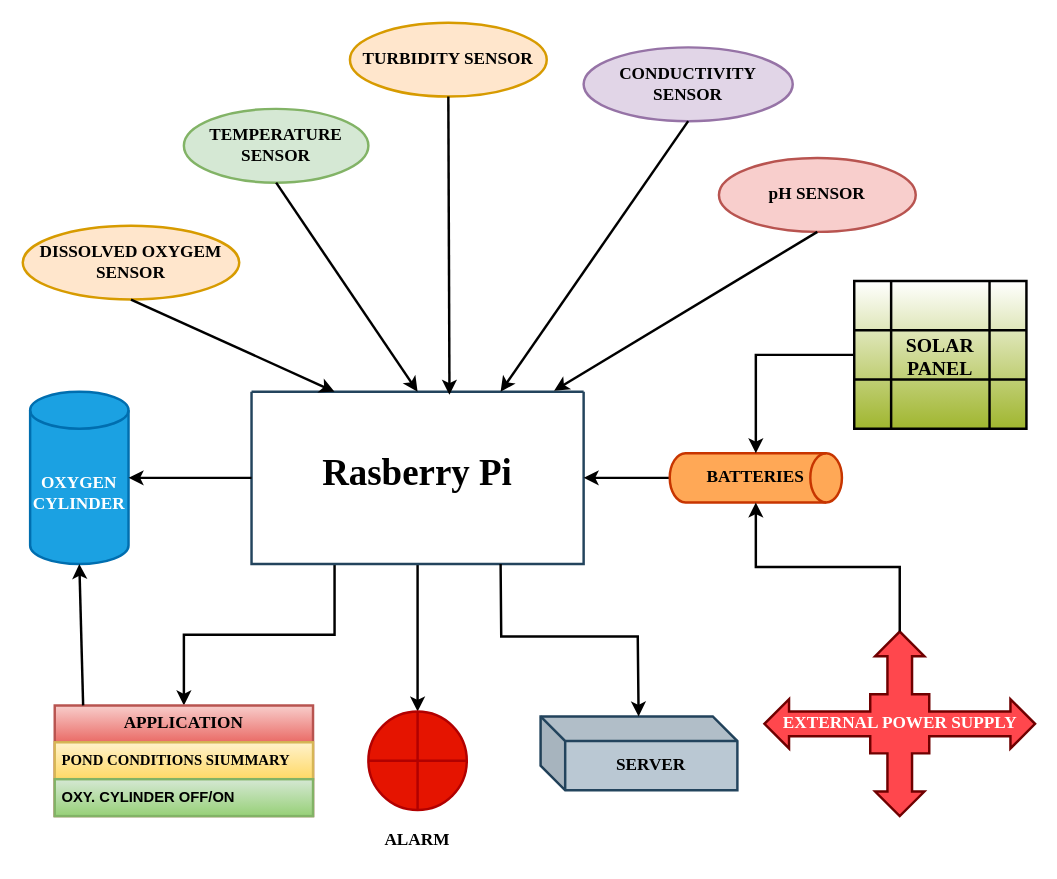
The draw.io diagram prasad_msme.drawio in ChanumoluGayathri/System_Design, before the edit. Source tidied: cells renumbered, new cells numbered last; positions are measured from the earlier drawing's top-left corner, leaving out a move shared by most shapes. Both pictures are drawn from the tidied source at 123%, with x=0, y=0 at pixel (22, 22).
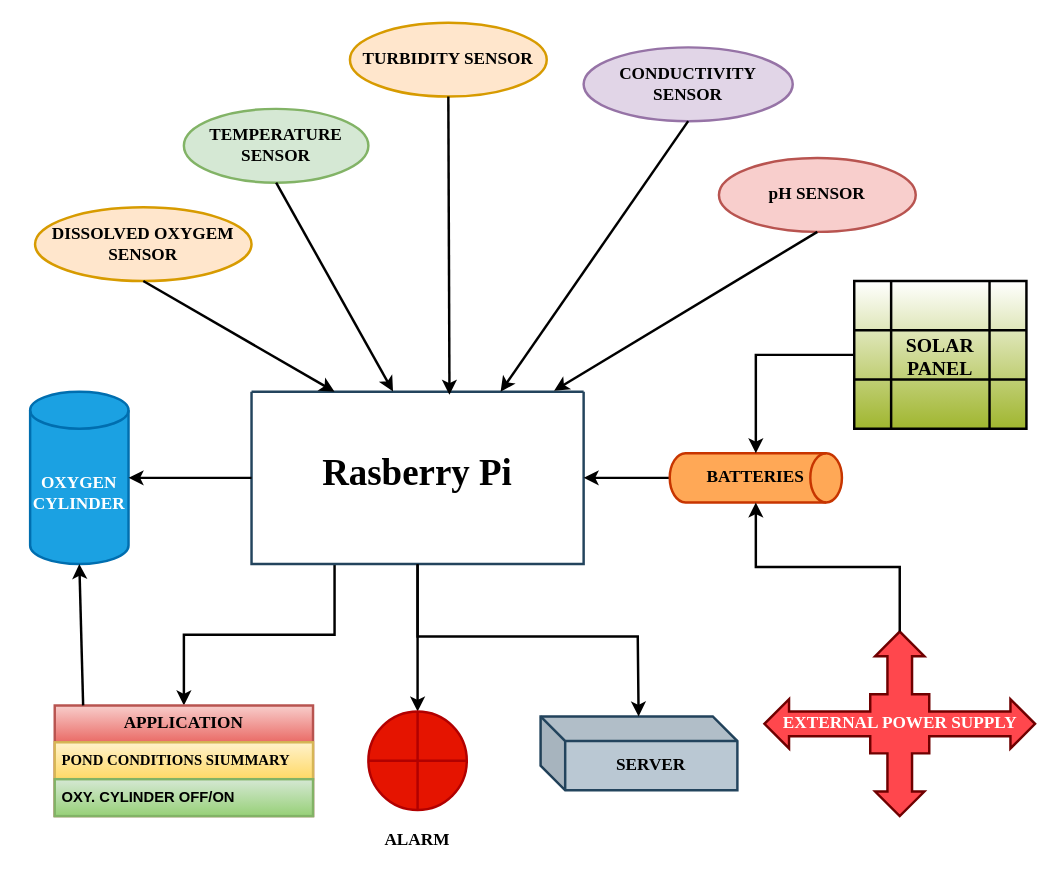
The same page after the edit.

Unchanged cells that the change refers to:
```xml
<mxCell id="4" style="swimlane;startSize=0;fillColor=#5599ce;strokeColor=#23445d;strokeWidth=2;" parent="1" vertex="1">
  <mxGeometry x="186" y="300" width="270" height="140" as="geometry" />
</mxCell>
<mxCell id="6" value="&lt;b&gt;&lt;font style=&quot;font-size: 14px;&quot; face=&quot;Times New Roman&quot;&gt;TEMPERATURE SENSOR&lt;/font&gt;&lt;/b&gt;" style="ellipse;whiteSpace=wrap;html=1;fillColor=#d5e8d4;strokeColor=#82b366;strokeWidth=2;" parent="1" vertex="1">
  <mxGeometry x="131" y="70" width="150" height="60" as="geometry" />
</mxCell>
<mxCell id="12" value="&lt;b&gt;&lt;font face=&quot;Times New Roman&quot; style=&quot;font-size: 14px;&quot;&gt;SERVER&lt;/font&gt;&lt;/b&gt;" style="shape=cube;whiteSpace=wrap;html=1;boundedLbl=1;backgroundOutline=1;darkOpacity=0.05;darkOpacity2=0.1;fillColor=#bac8d3;strokeColor=#23445d;strokeWidth=2;" parent="1" vertex="1">
  <mxGeometry x="421" y="564" width="160" height="60" as="geometry" />
</mxCell>
```

Diff of the diagram source:
```diff
@@
     <mxCell id="36" value="&lt;b&gt;&lt;font style=&quot;font-size: 14px;&quot; face=&quot;Times New Roman&quot;&gt;DISSOLVED OXYGEM SENSOR&lt;/font&gt;&lt;/b&gt;" style="ellipse;whiteSpace=wrap;html=1;fillColor=#ffe6cc;strokeColor=#d79b00;strokeWidth=2;" parent="1" vertex="1">
-      <mxGeometry y="165" width="176" height="60" as="geometry" />
+      <mxGeometry x="10" y="150" width="176" height="60" as="geometry" />
     </mxCell>
@@
-    <mxCell id="38" style="endArrow=classic;html=1;rounded=0;hachureGap=4;fontFamily=Architects Daughter;exitX=0.5;exitY=1;exitDx=0;exitDy=0;entryX=0.5;entryY=0;entryDx=0;entryDy=0;strokeWidth=2;" parent="1" edge="1" source="6" target="4">
+    <mxCell id="38" style="endArrow=classic;html=1;rounded=0;hachureGap=4;fontFamily=Architects Daughter;exitX=0.5;exitY=1;exitDx=0;exitDy=0;entryX=0.426;entryY=-0.002;entryDx=0;entryDy=0;strokeWidth=2;entryPerimeter=0;" parent="1" edge="1" source="6" target="4">
       <mxGeometry relative="1" as="geometry" />
     </mxCell>
@@
-    <mxCell id="43" style="endArrow=classic;html=1;rounded=0;hachureGap=4;fontFamily=Architects Daughter;exitX=0.75;exitY=1;exitDx=0;exitDy=0;strokeWidth=2;" parent="1" edge="1" source="4" target="12">
+    <mxCell id="43" style="endArrow=classic;html=1;rounded=0;hachureGap=4;fontFamily=Architects Daughter;exitX=0.5;exitY=1;exitDx=0;exitDy=0;strokeWidth=2;" parent="1" edge="1" source="4" target="12">
       <mxGeometry relative="1" as="geometry">
         <Array as="points">
-          <mxPoint x="389" y="499" />
+          <mxPoint x="321" y="499" />
           <mxPoint x="500" y="499" />
         </Array>
       </mxGeometry>
     </mxCell>
```
